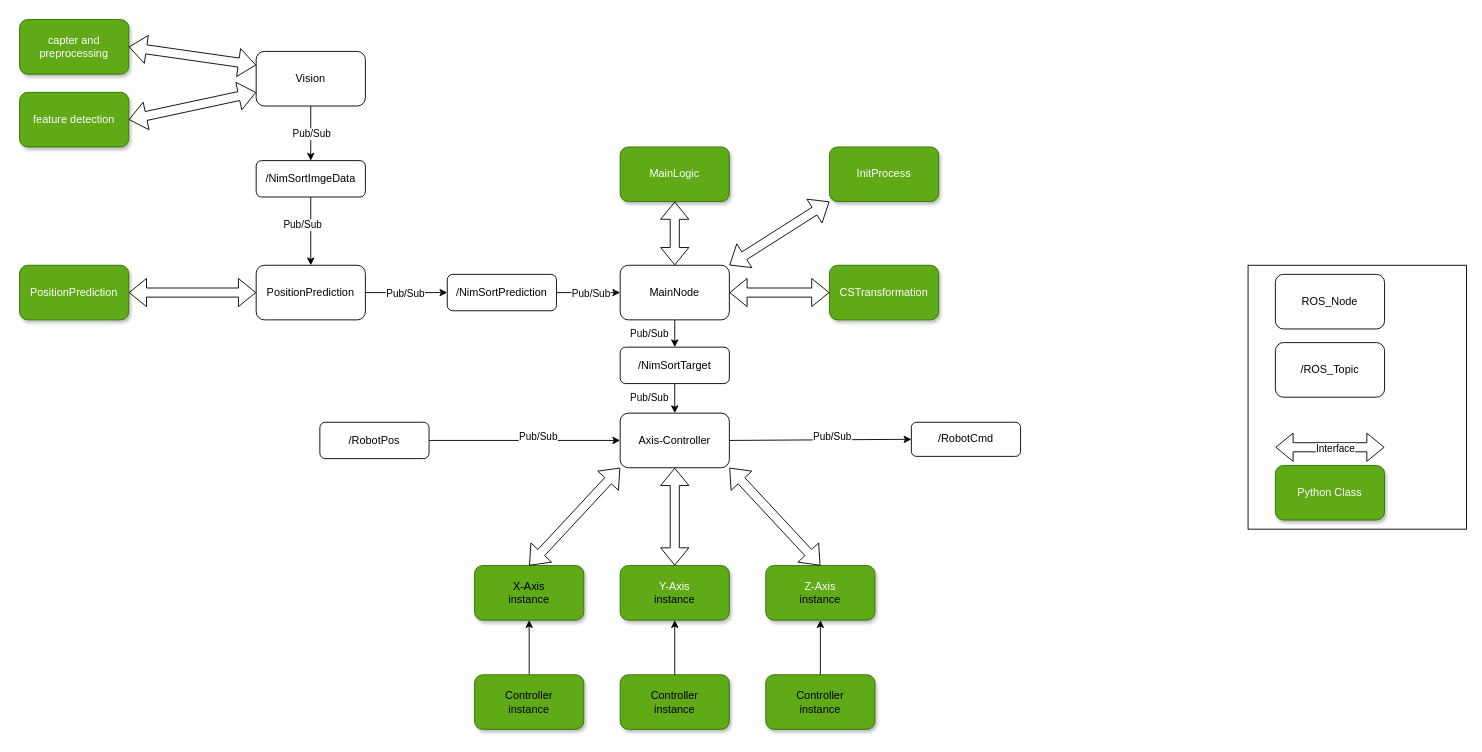
derlole/NimSort42 keeps this draw.io diagram as misc/arch.drawio. Above is the earlier version. Source tidied: cells renumbered, new cells numbered last; positions are measured from the earlier drawing's top-left corner, leaving out a move shared by most shapes. Both pictures are drawn from the tidied source at 91%, with x=0, y=0 at pixel (19, 19).
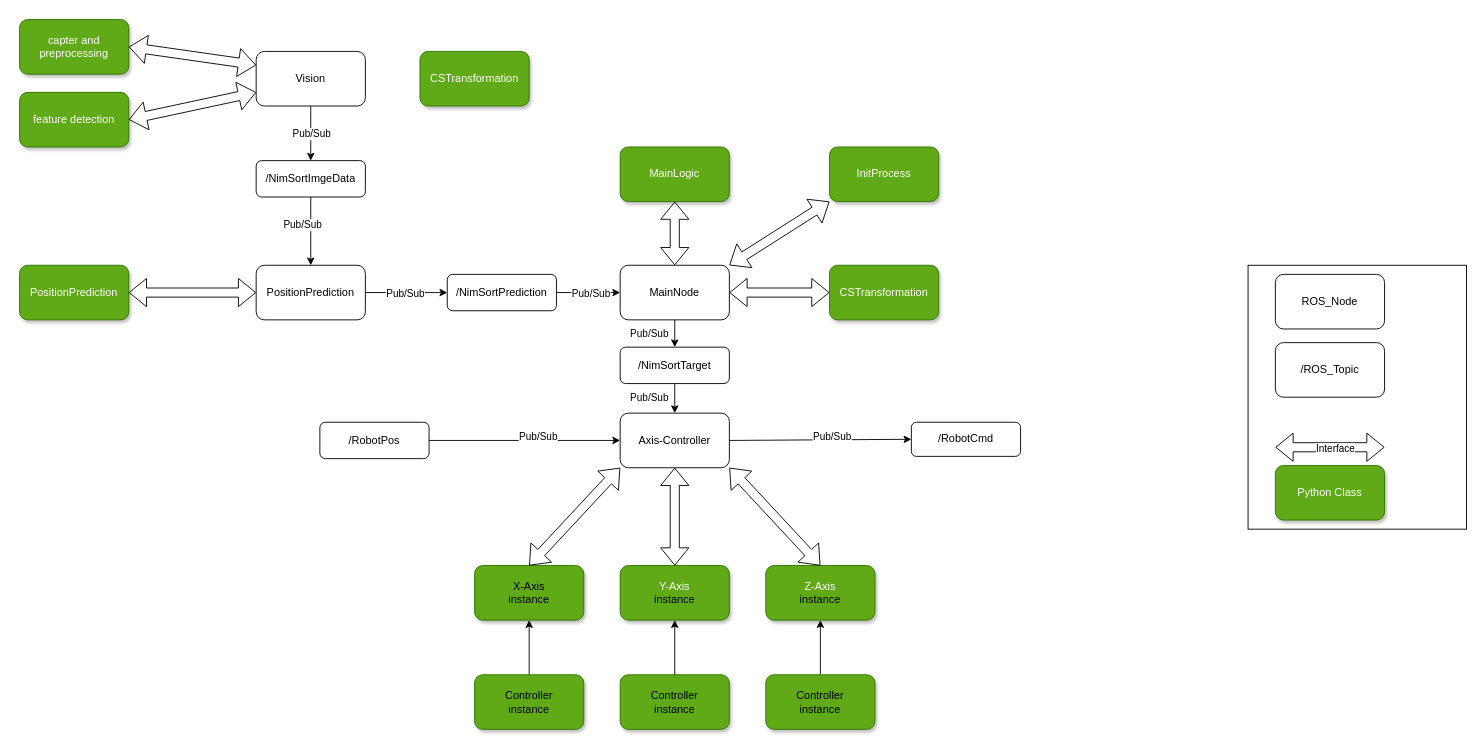
The same page after the edit.

Change to the diagram source:
```diff
@@
+    <mxCell id="57" value="CSTransformation" style="rounded=1;whiteSpace=wrap;html=1;shadow=1;fillColor=#60a917;fontColor=#ffffff;strokeColor=#2D7600;" parent="1" vertex="1">
+      <mxGeometry x="440" y="35" width="120" height="60" as="geometry" />
+    </mxCell>
```
